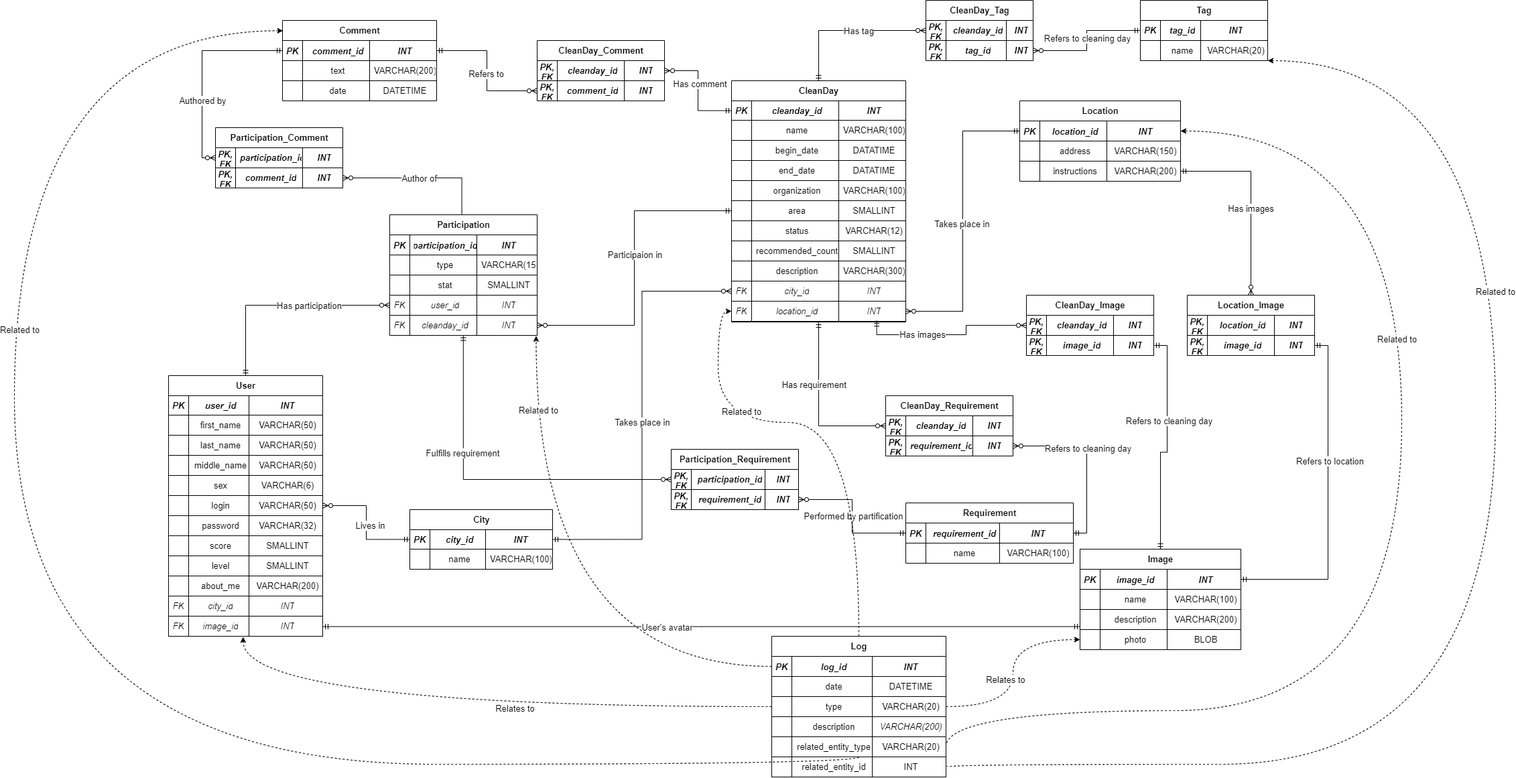
Before: db_model/sql_db_diagram.png, a diagram exported from draw.io (moevm/nosql1h25-cleanday). Source tidied: cells renumbered, new cells last; positions are measured from the earlier drawing's top-left corner, leaving out a move shared by most shapes.
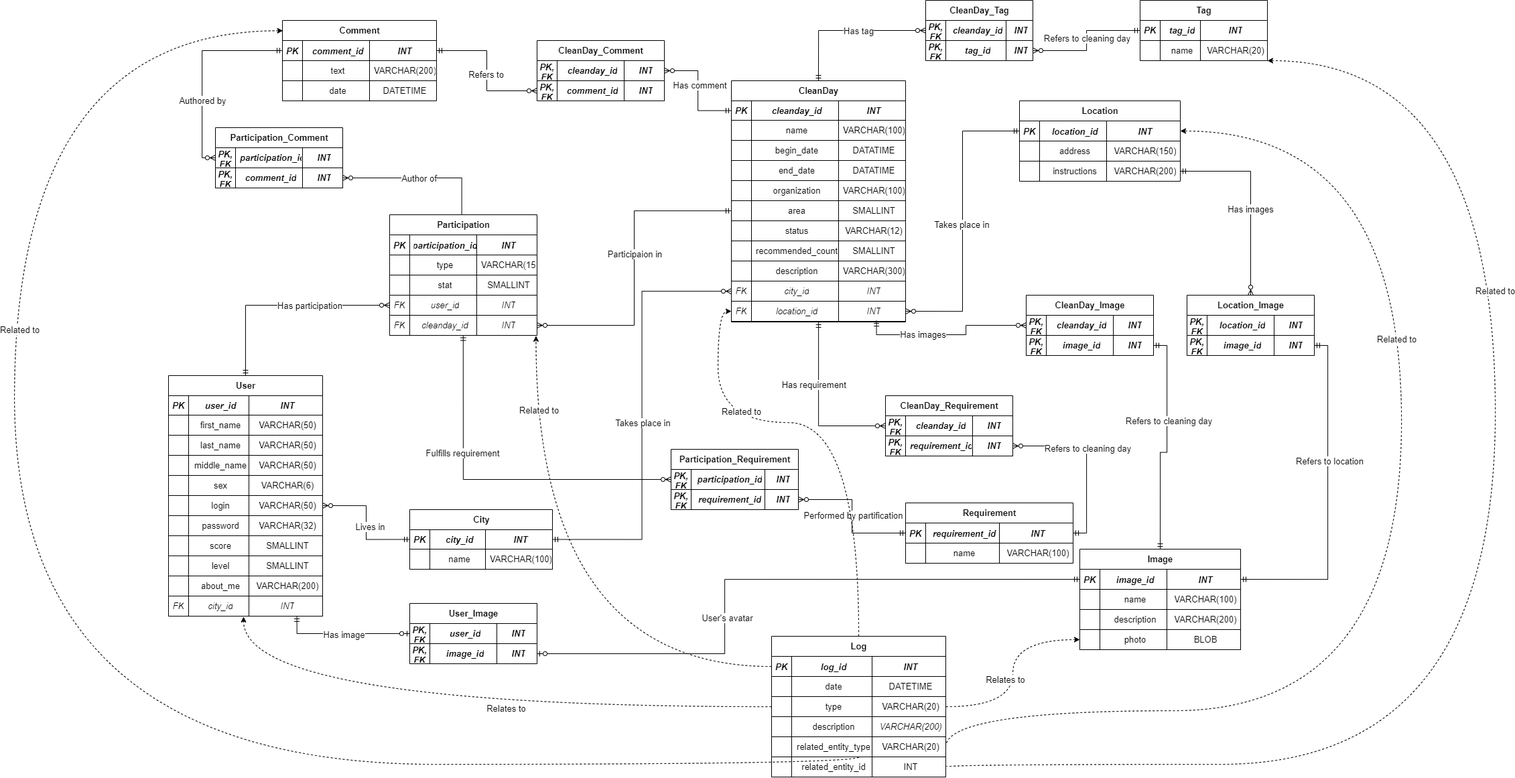
The same diagram one commit later.

Commit message:
fix(sql): updated user-image relationship

Diff of the diagram source:
```diff
@@ -27,7 +27,7 @@
       </mxGeometry>
     </mxCell>
     <mxCell id="8" value="&lt;b style=&quot;font-size: 13px;&quot;&gt;&lt;font style=&quot;font-size: 13px;&quot;&gt;User&lt;/font&gt;&lt;/b&gt;" style="shape=table;startSize=30;rowLines=0;align=center;html=1;resizeLastRow=0;flipH=0;flipV=0;direction=east;verticalAlign=middle;fontSize=13;" parent="1" vertex="1">
-      <mxGeometry x="230" y="560" width="230" height="389" as="geometry" />
+      <mxGeometry x="230" y="560" width="230" height="359" as="geometry" />
     </mxCell>
     <mxCell id="9" style="shape=tableRow;horizontal=0;startSize=0;swimlaneHead=0;swimlaneBody=0;fillColor=none;top=0;left=0;right=0;bottom=0;align=center;fontSize=13;" parent="8" vertex="1">
       <mxGeometry y="30" width="230" height="29" as="geometry" />
@@ -161,18 +161,6 @@
     <mxCell id="52" value="INT" style="shape=partialRectangle;fillColor=none;top=1;left=0;bottom=1;right=0;align=center;spacingLeft=6;fontStyle=2;overflow=hidden;whiteSpace=wrap;html=1;strokeWidth=1;fontSize=13;" parent="49" vertex="1">
       <mxGeometry x="120" width="110" height="30" as="geometry" />
     </mxCell>
-    <mxCell id="53" style="shape=tableRow;horizontal=0;startSize=0;swimlaneHead=0;swimlaneBody=0;fillColor=none;points=[[0,0.5],[1,0.5]];portConstraint=eastwest;top=0;left=0;right=0;bottom=1;fontSize=13;" parent="8" vertex="1">
-      <mxGeometry y="359" width="230" height="30" as="geometry" />
-    </mxCell>
-    <mxCell id="54" value="FK" style="shape=partialRectangle;fillColor=none;top=1;left=0;bottom=1;right=0;fontStyle=2;overflow=hidden;whiteSpace=wrap;html=1;strokeWidth=1;fontSize=13;" parent="53" vertex="1">
-      <mxGeometry width="30" height="30" as="geometry" />
-    </mxCell>
-    <mxCell id="55" value="image_id" style="shape=partialRectangle;fillColor=none;top=1;left=0;bottom=1;right=0;align=center;spacingLeft=6;fontStyle=2;overflow=hidden;whiteSpace=wrap;html=1;strokeWidth=1;fontSize=13;" parent="53" vertex="1">
-      <mxGeometry x="30" width="90" height="30" as="geometry" />
-    </mxCell>
-    <mxCell id="56" value="INT" style="shape=partialRectangle;fillColor=none;top=1;left=0;bottom=1;right=0;align=center;spacingLeft=6;fontStyle=2;overflow=hidden;whiteSpace=wrap;html=1;strokeWidth=1;fontSize=13;" parent="53" vertex="1">
-      <mxGeometry x="120" width="110" height="30" as="geometry" />
-    </mxCell>
     <mxCell id="57" style="edgeStyle=orthogonalEdgeStyle;rounded=0;jettySize=auto;html=1;fontFamily=Helvetica;fontSize=13;fontColor=default;endArrow=ERzeroToMany;endFill=0;startArrow=ERmandOne;startFill=0;entryX=0;entryY=0.5;entryDx=0;entryDy=0;exitX=0.499;exitY=0.984;exitDx=0;exitDy=0;exitPerimeter=0;" parent="1" edge="1" source="76" target="81">
       <mxGeometry relative="1" as="geometry" />
     </mxCell>
@@ -739,14 +727,6 @@
         <mxPoint x="3" y="29" as="offset" />
       </mxGeometry>
     </mxCell>
-    <mxCell id="243" style="edgeStyle=elbowEdgeStyle;rounded=0;jettySize=auto;html=1;fontFamily=Helvetica;fontSize=13;fontColor=default;startArrow=ERmandOne;startFill=0;endArrow=ERmandOne;endFill=0;elbow=vertical;" parent="1" edge="1" source="245" target="53">
-      <mxGeometry relative="1" as="geometry" />
-    </mxCell>
-    <mxCell id="244" value="User's avatar" style="edgeLabel;html=1;align=center;verticalAlign=middle;strokeColor=default;fontFamily=Helvetica;fontSize=13;fontColor=default;fillColor=none;" parent="243" vertex="1">
-      <mxGeometry x="0.09" y="1" relative="1" as="geometry">
-        <mxPoint x="-1" as="offset" />
-      </mxGeometry>
-    </mxCell>
     <mxCell id="245" value="&lt;b style=&quot;font-size: 13px;&quot;&gt;&lt;font style=&quot;font-size: 13px;&quot;&gt;Image&lt;/font&gt;&lt;/b&gt;" style="shape=table;startSize=30;rowLines=0;fontStyle=0;align=center;html=1;fontSize=13;" parent="1" vertex="1">
       <mxGeometry x="1590" y="819" width="240" height="150" as="geometry" />
     </mxCell>
@@ -903,7 +883,7 @@
     <mxCell id="292" value="Participaion in" style="edgeLabel;html=1;align=center;verticalAlign=middle;strokeColor=default;fontFamily=Helvetica;fontSize=13;fontColor=default;fillColor=none;" parent="291" vertex="1">
       <mxGeometry x="-0.09" relative="1" as="geometry" />
     </mxCell>
-    <mxCell id="293" style="edgeStyle=orthogonalEdgeStyle;rounded=0;jettySize=auto;html=1;entryX=0.484;entryY=1.033;entryDx=0;entryDy=0;entryPerimeter=0;fontFamily=Helvetica;fontSize=13;fontColor=default;dashed=1;curved=1;" parent="1" edge="1" source="275" target="53">
+    <mxCell id="293" style="edgeStyle=orthogonalEdgeStyle;rounded=0;jettySize=auto;html=1;entryX=0.487;entryY=1.027;entryDx=0;entryDy=0;entryPerimeter=0;fontFamily=Helvetica;fontSize=13;fontColor=default;dashed=1;curved=1;" parent="1" edge="1" source="275" target="49">
       <mxGeometry relative="1" as="geometry" />
     </mxCell>
     <mxCell id="294" style="edgeLabel;html=1;align=center;verticalAlign=middle;strokeColor=default;fontFamily=Helvetica;fontSize=13;fontColor=default;fillColor=none;" parent="293" vertex="1">
@@ -1040,5 +1020,51 @@
         <mxPoint y="1" as="offset" />
       </mxGeometry>
     </mxCell>
+    <mxCell id="330" value="&lt;span style=&quot;font-size: 13px;&quot;&gt;&lt;font style=&quot;font-size: 13px;&quot;&gt;User_Image&lt;/font&gt;&lt;/span&gt;" style="shape=table;startSize=30;rowLines=0;fontStyle=1;align=center;html=1;fontSize=13;" parent="1" vertex="1">
+      <mxGeometry x="590" y="900" width="190" height="90" as="geometry" />
+    </mxCell>
+    <mxCell id="331" style="shape=tableRow;horizontal=0;startSize=0;swimlaneHead=0;swimlaneBody=0;fillColor=none;points=[[0,0.5],[1,0.5]];portConstraint=eastwest;top=0;left=0;right=0;bottom=1;fontSize=13;" parent="330" vertex="1">
+      <mxGeometry y="30" width="190" height="30" as="geometry" />
+    </mxCell>
+    <mxCell id="332" value="PK, FK" style="shape=partialRectangle;fillColor=none;top=1;left=0;bottom=1;right=0;fontStyle=3;overflow=hidden;whiteSpace=wrap;html=1;strokeWidth=1;fontSize=13;" parent="331" vertex="1">
+      <mxGeometry width="30" height="30" as="geometry" />
+    </mxCell>
+    <mxCell id="333" value="user_id" style="shape=partialRectangle;fillColor=none;top=1;left=0;bottom=1;right=0;align=center;spacingLeft=6;fontStyle=3;overflow=hidden;whiteSpace=wrap;html=1;strokeWidth=1;fontSize=13;" parent="331" vertex="1">
+      <mxGeometry x="30" width="100" height="30" as="geometry" />
+    </mxCell>
+    <mxCell id="334" value="INT" style="shape=partialRectangle;fillColor=none;top=1;left=0;bottom=1;right=0;align=center;spacingLeft=6;fontStyle=3;overflow=hidden;whiteSpace=wrap;html=1;strokeWidth=1;fontSize=13;" parent="331" vertex="1">
+      <mxGeometry x="130" width="60" height="30" as="geometry" />
+    </mxCell>
+    <mxCell id="335" style="shape=tableRow;horizontal=0;startSize=0;swimlaneHead=0;swimlaneBody=0;fillColor=none;points=[[0,0.5],[1,0.5]];portConstraint=eastwest;top=0;left=0;right=0;bottom=1;fontSize=13;" parent="330" vertex="1">
+      <mxGeometry y="60" width="190" height="30" as="geometry" />
+    </mxCell>
+    <mxCell id="336" value="PK, FK" style="shape=partialRectangle;fillColor=none;top=1;left=0;bottom=1;right=0;fontStyle=3;overflow=hidden;whiteSpace=wrap;html=1;strokeWidth=1;fontSize=13;" parent="335" vertex="1">
+      <mxGeometry width="30" height="30" as="geometry" />
+    </mxCell>
+    <mxCell id="55" value="image_id" style="shape=partialRectangle;fillColor=none;top=1;left=0;bottom=1;right=0;align=center;spacingLeft=6;fontStyle=3;overflow=hidden;whiteSpace=wrap;html=1;strokeWidth=1;fontSize=13;" parent="335" vertex="1">
+      <mxGeometry x="30" width="100" height="30" as="geometry" />
+    </mxCell>
+    <mxCell id="337" value="INT" style="shape=partialRectangle;fillColor=none;top=1;left=0;bottom=1;right=0;align=center;spacingLeft=6;fontStyle=3;overflow=hidden;whiteSpace=wrap;html=1;strokeWidth=1;fontSize=13;" parent="335" vertex="1">
+      <mxGeometry x="130" width="60" height="30" as="geometry" />
+    </mxCell>
+    <mxCell id="338" style="edgeStyle=orthogonalEdgeStyle;rounded=0;jettySize=auto;html=1;entryX=0;entryY=0.5;entryDx=0;entryDy=0;exitX=0.833;exitY=0.996;exitDx=0;exitDy=0;exitPerimeter=0;endArrow=ERzeroToOne;endFill=0;startArrow=ERmandOne;startFill=0;" parent="1" edge="1" source="49" target="331">
+      <mxGeometry relative="1" as="geometry" />
+    </mxCell>
+    <mxCell id="339" value="&lt;font style=&quot;font-size: 13px;&quot;&gt;Has image&lt;/font&gt;" style="edgeLabel;html=1;align=center;verticalAlign=middle;" parent="338" vertex="1">
+      <mxGeometry x="-0.03" y="-1" relative="1" as="geometry" />
+    </mxCell>
+    <mxCell id="340" style="edgeStyle=orthogonalEdgeStyle;rounded=0;jettySize=auto;html=1;entryX=0;entryY=0.5;entryDx=0;entryDy=0;endArrow=ERmandOne;endFill=0;startArrow=ERzeroToOne;startFill=0;" parent="1" edge="1" source="335" target="246">
+      <mxGeometry relative="1" as="geometry">
+        <Array as="points">
+          <mxPoint x="1060" y="975" />
+          <mxPoint x="1060" y="864" />
+        </Array>
+      </mxGeometry>
+    </mxCell>
+    <mxCell id="244" value="&lt;font style=&quot;font-size: 13px;&quot;&gt;User's avatar&lt;/font&gt;" style="edgeLabel;html=1;align=center;verticalAlign=middle;" parent="340" vertex="1">
+      <mxGeometry x="-0.27" y="-3" relative="1" as="geometry">
+        <mxPoint y="1" as="offset" />
+      </mxGeometry>
+    </mxCell>
   </root>
 </mxGraphModel>
```
